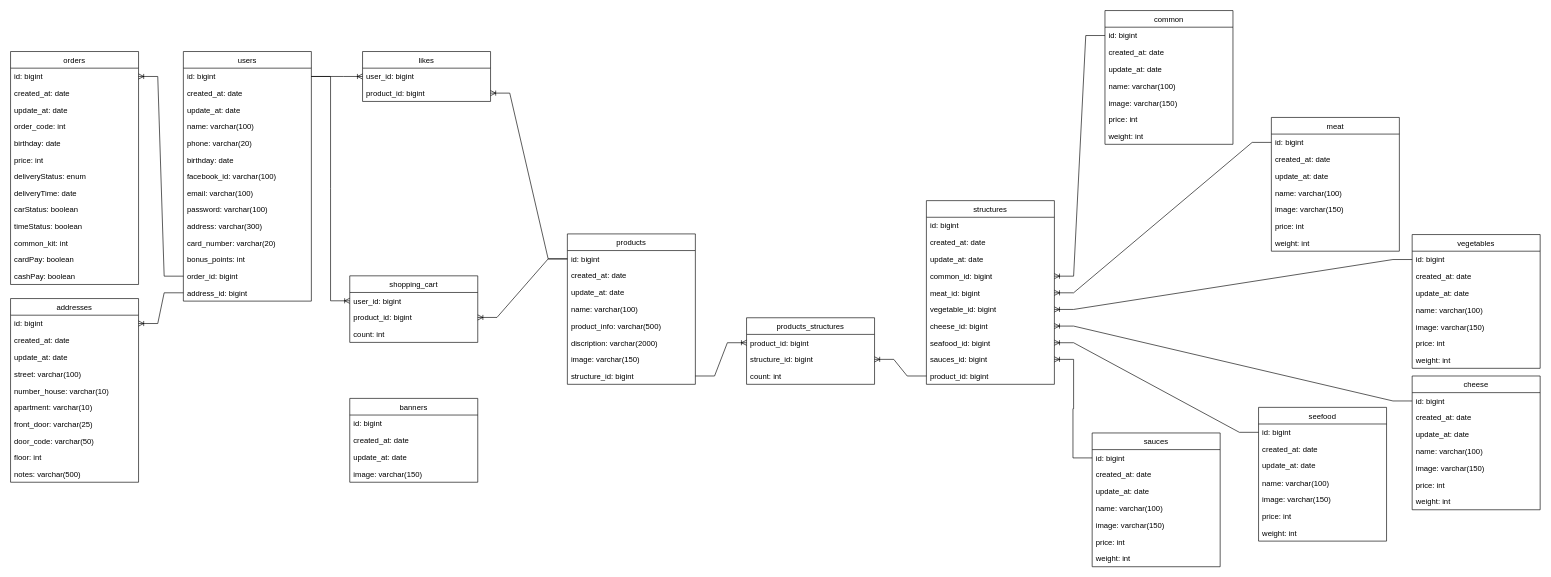
Earlier version of the draw.io diagram src/Vilki_Palki.drawio (NikitaFoshch/UML). Source tidied: cells renumbered, new cells numbered last; positions are measured from the earlier drawing's top-left corner, leaving out a move shared by most shapes. Both pictures are drawn from the tidied source at 64%, with x=0, y=0 at pixel (10, 10).
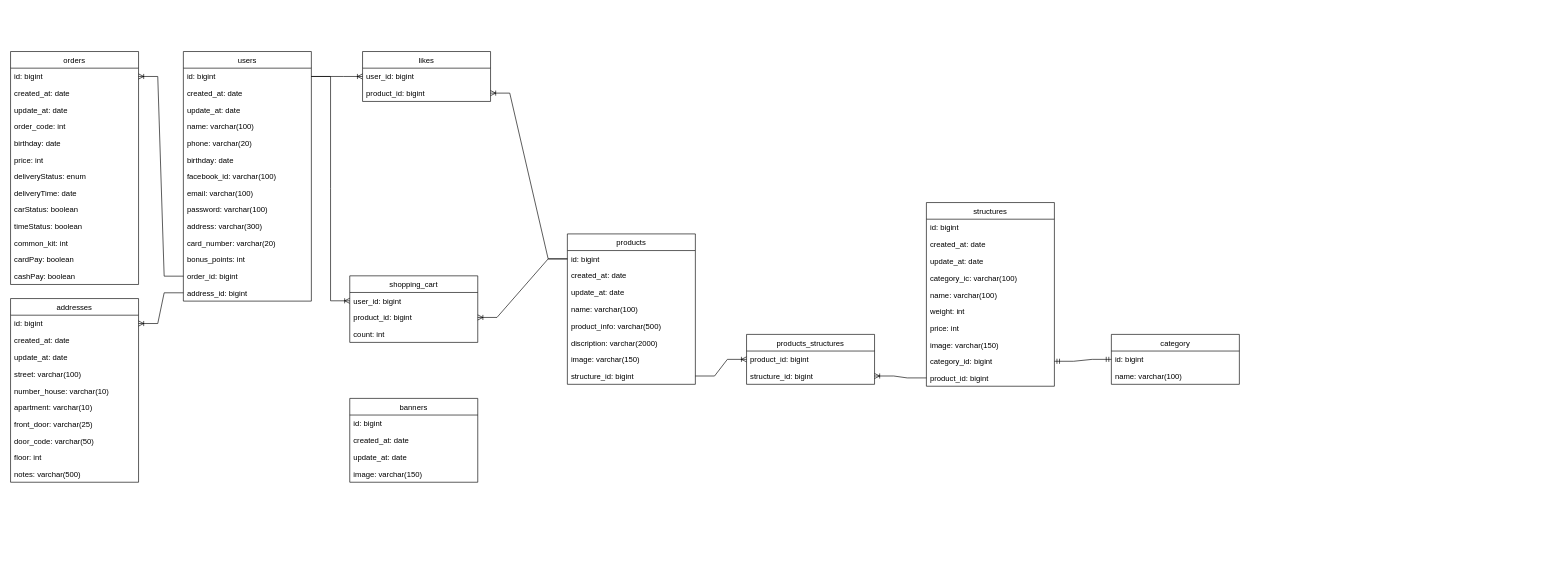
After the change.

What changed in the source:
```diff
@@
     <mxCell id="59" value="structures" style="swimlane;fontStyle=0;horizontal=1;startSize=26;fillColor=none;" parent="1" vertex="1">
-      <mxGeometry x="1431" y="297" width="200" height="287" as="geometry" />
+      <mxGeometry x="1431" y="300" width="200" height="287" as="geometry" />
     </mxCell>
@@
-    <mxCell id="63" value="common_id: bigint" style="text;strokeColor=none;fillColor=none;align=left;verticalAlign=top;spacingLeft=4;spacingRight=4;overflow=hidden;points=[[0,0.5],[1,0.5]];portConstraint=eastwest;" parent="59" vertex="1">
-      <mxGeometry y="105" width="200" height="26" as="geometry" />
-    </mxCell>
-    <mxCell id="64" value="meat_id: bigint" style="text;strokeColor=none;fillColor=none;align=left;verticalAlign=top;spacingLeft=4;spacingRight=4;overflow=hidden;points=[[0,0.5],[1,0.5]];portConstraint=eastwest;" parent="59" vertex="1">
-      <mxGeometry y="131" width="200" height="26" as="geometry" />
-    </mxCell>
-    <mxCell id="65" value="vegetable_id: bigint" style="text;strokeColor=none;fillColor=none;align=left;verticalAlign=top;spacingLeft=4;spacingRight=4;overflow=hidden;points=[[0,0.5],[1,0.5]];portConstraint=eastwest;" parent="59" vertex="1">
-      <mxGeometry y="157" width="200" height="26" as="geometry" />
-    </mxCell>
-    <mxCell id="66" value="cheese_id: bigint" style="text;strokeColor=none;fillColor=none;align=left;verticalAlign=top;spacingLeft=4;spacingRight=4;overflow=hidden;points=[[0,0.5],[1,0.5]];portConstraint=eastwest;" parent="59" vertex="1">
-      <mxGeometry y="183" width="200" height="26" as="geometry" />
-    </mxCell>
-    <mxCell id="67" value="seafood_id: bigint" style="text;strokeColor=none;fillColor=none;align=left;verticalAlign=top;spacingLeft=4;spacingRight=4;overflow=hidden;points=[[0,0.5],[1,0.5]];portConstraint=eastwest;" parent="59" vertex="1">
-      <mxGeometry y="209" width="200" height="26" as="geometry" />
-    </mxCell>
-    <mxCell id="68" value="sauces_id: bigint" style="text;strokeColor=none;fillColor=none;align=left;verticalAlign=top;spacingLeft=4;spacingRight=4;overflow=hidden;points=[[0,0.5],[1,0.5]];portConstraint=eastwest;" parent="59" vertex="1">
-      <mxGeometry y="235" width="200" height="26" as="geometry" />
-    </mxCell>
+    <mxCell id="140" value="category_ic: varchar(100)" style="text;strokeColor=none;fillColor=none;align=left;verticalAlign=top;spacingLeft=4;spacingRight=4;overflow=hidden;" parent="59" vertex="1">
+      <mxGeometry y="105" width="200" height="26" as="geometry" />
+    </mxCell>
+    <mxCell id="80" value="name: varchar(100)" style="text;strokeColor=none;fillColor=none;align=left;verticalAlign=top;spacingLeft=4;spacingRight=4;overflow=hidden;" parent="59" vertex="1">
+      <mxGeometry y="131" width="200" height="26" as="geometry" />
+    </mxCell>
+    <mxCell id="83" value="weight: int" style="text;strokeColor=none;fillColor=none;align=left;verticalAlign=top;spacingLeft=4;spacingRight=4;overflow=hidden;" parent="59" vertex="1">
+      <mxGeometry y="157" width="200" height="26" as="geometry" />
+    </mxCell>
+    <mxCell id="82" value="price: int" style="text;strokeColor=none;fillColor=none;align=left;verticalAlign=top;spacingLeft=4;spacingRight=4;overflow=hidden;" parent="59" vertex="1">
+      <mxGeometry y="183" width="200" height="26" as="geometry" />
+    </mxCell>
+    <mxCell id="81" value="image: varchar(150)" style="text;strokeColor=none;fillColor=none;align=left;verticalAlign=top;spacingLeft=4;spacingRight=4;overflow=hidden;" parent="59" vertex="1">
+      <mxGeometry y="209" width="200" height="26" as="geometry" />
+    </mxCell>
+    <mxCell id="141" value="category_id: bigint" style="text;strokeColor=none;fillColor=none;align=left;verticalAlign=top;spacingLeft=4;spacingRight=4;overflow=hidden;points=[[0,0.5],[1,0.5]];portConstraint=eastwest;" parent="59" vertex="1">
+      <mxGeometry y="235" width="200" height="26" as="geometry" />
+    </mxCell>
@@
     <mxCell id="71" value="products_structures" style="swimlane;fontStyle=0;horizontal=1;startSize=26;fillColor=none;" parent="1" vertex="1">
-      <mxGeometry x="1150" y="480" width="200" height="104" as="geometry" />
+      <mxGeometry x="1150" y="506" width="200" height="78" as="geometry" />
     </mxCell>
@@
-    <mxCell id="74" value="count: int" style="text;strokeColor=none;fillColor=none;align=left;verticalAlign=top;spacingLeft=4;spacingRight=4;overflow=hidden;" parent="71" vertex="1">
-      <mxGeometry y="78" width="200" height="26" as="geometry" />
-    </mxCell>
@@
-    <mxCell id="76" value="common" style="swimlane;fontStyle=0;horizontal=1;startSize=26;fillColor=none;" parent="1" vertex="1">
-      <mxGeometry x="1710" width="200" height="209" as="geometry" />
-    </mxCell>
-    <mxCell id="77" value="id: bigint" style="text;strokeColor=none;fillColor=none;align=left;verticalAlign=top;spacingLeft=4;spacingRight=4;overflow=hidden;points=[[0,0.5],[1,0.5]];portConstraint=eastwest;" parent="76" vertex="1">
-      <mxGeometry y="26" width="200" height="26" as="geometry" />
-    </mxCell>
-    <mxCell id="78" value="created_at: date" style="text;strokeColor=none;fillColor=none;align=left;verticalAlign=top;spacingLeft=4;spacingRight=4;overflow=hidden;" parent="76" vertex="1">
-      <mxGeometry y="52" width="200" height="26" as="geometry" />
-    </mxCell>
-    <mxCell id="79" value="update_at: date" style="text;strokeColor=none;fillColor=none;align=left;verticalAlign=top;spacingLeft=4;spacingRight=4;overflow=hidden;" parent="76" vertex="1">
-      <mxGeometry y="78" width="200" height="27" as="geometry" />
-    </mxCell>
-    <mxCell id="80" value="name: varchar(100)" style="text;strokeColor=none;fillColor=none;align=left;verticalAlign=top;spacingLeft=4;spacingRight=4;overflow=hidden;" parent="76" vertex="1">
-      <mxGeometry y="105" width="200" height="26" as="geometry" />
-    </mxCell>
-    <mxCell id="81" value="image: varchar(150)" style="text;strokeColor=none;fillColor=none;align=left;verticalAlign=top;spacingLeft=4;spacingRight=4;overflow=hidden;" parent="76" vertex="1">
-      <mxGeometry y="131" width="200" height="26" as="geometry" />
-    </mxCell>
-    <mxCell id="82" value="price: int" style="text;strokeColor=none;fillColor=none;align=left;verticalAlign=top;spacingLeft=4;spacingRight=4;overflow=hidden;" parent="76" vertex="1">
-      <mxGeometry y="157" width="200" height="26" as="geometry" />
-    </mxCell>
-    <mxCell id="83" value="weight: int" style="text;strokeColor=none;fillColor=none;align=left;verticalAlign=top;spacingLeft=4;spacingRight=4;overflow=hidden;" parent="76" vertex="1">
-      <mxGeometry y="183" width="200" height="26" as="geometry" />
-    </mxCell>
-    <mxCell id="84" style="edgeStyle=entityRelationEdgeStyle;fontSize=12;html=1;endArrow=ERoneToMany;rounded=0;entryX=1;entryY=0.5;entryDx=0;entryDy=0;exitX=0;exitY=0.5;exitDx=0;exitDy=0;" parent="1" edge="1" source="77" target="63">
-      <mxGeometry relative="1" as="geometry" />
-    </mxCell>
-    <mxCell id="85" value="meat" style="swimlane;fontStyle=0;horizontal=1;startSize=26;fillColor=none;" parent="1" vertex="1">
-      <mxGeometry x="1970" y="167" width="200" height="209" as="geometry" />
-    </mxCell>
-    <mxCell id="86" value="id: bigint" style="text;strokeColor=none;fillColor=none;align=left;verticalAlign=top;spacingLeft=4;spacingRight=4;overflow=hidden;points=[[0,0.5],[1,0.5]];portConstraint=eastwest;" parent="85" vertex="1">
-      <mxGeometry y="26" width="200" height="26" as="geometry" />
-    </mxCell>
-    <mxCell id="87" value="created_at: date" style="text;strokeColor=none;fillColor=none;align=left;verticalAlign=top;spacingLeft=4;spacingRight=4;overflow=hidden;" parent="85" vertex="1">
-      <mxGeometry y="52" width="200" height="26" as="geometry" />
-    </mxCell>
-    <mxCell id="88" value="update_at: date" style="text;strokeColor=none;fillColor=none;align=left;verticalAlign=top;spacingLeft=4;spacingRight=4;overflow=hidden;" parent="85" vertex="1">
-      <mxGeometry y="78" width="200" height="27" as="geometry" />
-    </mxCell>
-    <mxCell id="89" value="name: varchar(100)" style="text;strokeColor=none;fillColor=none;align=left;verticalAlign=top;spacingLeft=4;spacingRight=4;overflow=hidden;" parent="85" vertex="1">
-      <mxGeometry y="105" width="200" height="26" as="geometry" />
-    </mxCell>
-    <mxCell id="90" value="image: varchar(150)" style="text;strokeColor=none;fillColor=none;align=left;verticalAlign=top;spacingLeft=4;spacingRight=4;overflow=hidden;" parent="85" vertex="1">
-      <mxGeometry y="131" width="200" height="26" as="geometry" />
-    </mxCell>
-    <mxCell id="91" value="price: int" style="text;strokeColor=none;fillColor=none;align=left;verticalAlign=top;spacingLeft=4;spacingRight=4;overflow=hidden;" parent="85" vertex="1">
-      <mxGeometry y="157" width="200" height="26" as="geometry" />
-    </mxCell>
-    <mxCell id="92" value="weight: int" style="text;strokeColor=none;fillColor=none;align=left;verticalAlign=top;spacingLeft=4;spacingRight=4;overflow=hidden;" parent="85" vertex="1">
-      <mxGeometry y="183" width="200" height="26" as="geometry" />
-    </mxCell>
-    <mxCell id="93" value="vegetables" style="swimlane;fontStyle=0;horizontal=1;startSize=26;fillColor=none;" parent="1" vertex="1">
-      <mxGeometry x="2190" y="350" width="200" height="209" as="geometry" />
-    </mxCell>
-    <mxCell id="94" value="id: bigint" style="text;strokeColor=none;fillColor=none;align=left;verticalAlign=top;spacingLeft=4;spacingRight=4;overflow=hidden;points=[[0,0.5],[1,0.5]];portConstraint=eastwest;" parent="93" vertex="1">
-      <mxGeometry y="26" width="200" height="26" as="geometry" />
-    </mxCell>
-    <mxCell id="95" value="created_at: date" style="text;strokeColor=none;fillColor=none;align=left;verticalAlign=top;spacingLeft=4;spacingRight=4;overflow=hidden;" parent="93" vertex="1">
-      <mxGeometry y="52" width="200" height="26" as="geometry" />
-    </mxCell>
-    <mxCell id="96" value="update_at: date" style="text;strokeColor=none;fillColor=none;align=left;verticalAlign=top;spacingLeft=4;spacingRight=4;overflow=hidden;" parent="93" vertex="1">
-      <mxGeometry y="78" width="200" height="27" as="geometry" />
-    </mxCell>
-    <mxCell id="97" value="name: varchar(100)" style="text;strokeColor=none;fillColor=none;align=left;verticalAlign=top;spacingLeft=4;spacingRight=4;overflow=hidden;" parent="93" vertex="1">
-      <mxGeometry y="105" width="200" height="26" as="geometry" />
-    </mxCell>
-    <mxCell id="98" value="image: varchar(150)" style="text;strokeColor=none;fillColor=none;align=left;verticalAlign=top;spacingLeft=4;spacingRight=4;overflow=hidden;" parent="93" vertex="1">
-      <mxGeometry y="131" width="200" height="26" as="geometry" />
-    </mxCell>
-    <mxCell id="99" value="price: int" style="text;strokeColor=none;fillColor=none;align=left;verticalAlign=top;spacingLeft=4;spacingRight=4;overflow=hidden;" parent="93" vertex="1">
-      <mxGeometry y="157" width="200" height="26" as="geometry" />
-    </mxCell>
-    <mxCell id="100" value="weight: int" style="text;strokeColor=none;fillColor=none;align=left;verticalAlign=top;spacingLeft=4;spacingRight=4;overflow=hidden;" parent="93" vertex="1">
-      <mxGeometry y="183" width="200" height="26" as="geometry" />
-    </mxCell>
-    <mxCell id="101" style="edgeStyle=entityRelationEdgeStyle;fontSize=12;html=1;endArrow=ERoneToMany;rounded=0;entryX=1;entryY=0.5;entryDx=0;entryDy=0;exitX=0;exitY=0.5;exitDx=0;exitDy=0;" parent="1" edge="1" source="86" target="64">
-      <mxGeometry relative="1" as="geometry" />
-    </mxCell>
-    <mxCell id="102" style="edgeStyle=entityRelationEdgeStyle;fontSize=12;html=1;endArrow=ERoneToMany;rounded=0;entryX=1;entryY=0.5;entryDx=0;entryDy=0;exitX=0;exitY=0.5;exitDx=0;exitDy=0;" parent="1" edge="1" source="94" target="65">
-      <mxGeometry relative="1" as="geometry" />
-    </mxCell>
-    <mxCell id="103" value="cheese" style="swimlane;fontStyle=0;horizontal=1;startSize=26;fillColor=none;" parent="1" vertex="1">
-      <mxGeometry x="2190" y="571" width="200" height="209" as="geometry" />
-    </mxCell>
-    <mxCell id="104" value="id: bigint" style="text;strokeColor=none;fillColor=none;align=left;verticalAlign=top;spacingLeft=4;spacingRight=4;overflow=hidden;points=[[0,0.5],[1,0.5]];portConstraint=eastwest;" parent="103" vertex="1">
-      <mxGeometry y="26" width="200" height="26" as="geometry" />
-    </mxCell>
-    <mxCell id="105" value="created_at: date" style="text;strokeColor=none;fillColor=none;align=left;verticalAlign=top;spacingLeft=4;spacingRight=4;overflow=hidden;" parent="103" vertex="1">
-      <mxGeometry y="52" width="200" height="26" as="geometry" />
-    </mxCell>
-    <mxCell id="106" value="update_at: date" style="text;strokeColor=none;fillColor=none;align=left;verticalAlign=top;spacingLeft=4;spacingRight=4;overflow=hidden;" parent="103" vertex="1">
-      <mxGeometry y="78" width="200" height="27" as="geometry" />
-    </mxCell>
-    <mxCell id="107" value="name: varchar(100)" style="text;strokeColor=none;fillColor=none;align=left;verticalAlign=top;spacingLeft=4;spacingRight=4;overflow=hidden;" parent="103" vertex="1">
-      <mxGeometry y="105" width="200" height="26" as="geometry" />
-    </mxCell>
-    <mxCell id="108" value="image: varchar(150)" style="text;strokeColor=none;fillColor=none;align=left;verticalAlign=top;spacingLeft=4;spacingRight=4;overflow=hidden;" parent="103" vertex="1">
-      <mxGeometry y="131" width="200" height="26" as="geometry" />
-    </mxCell>
-    <mxCell id="109" value="price: int" style="text;strokeColor=none;fillColor=none;align=left;verticalAlign=top;spacingLeft=4;spacingRight=4;overflow=hidden;" parent="103" vertex="1">
-      <mxGeometry y="157" width="200" height="26" as="geometry" />
-    </mxCell>
-    <mxCell id="110" value="weight: int" style="text;strokeColor=none;fillColor=none;align=left;verticalAlign=top;spacingLeft=4;spacingRight=4;overflow=hidden;" parent="103" vertex="1">
-      <mxGeometry y="183" width="200" height="26" as="geometry" />
-    </mxCell>
-    <mxCell id="111" style="edgeStyle=entityRelationEdgeStyle;fontSize=12;html=1;endArrow=ERoneToMany;rounded=0;entryX=1;entryY=0.5;entryDx=0;entryDy=0;exitX=0;exitY=0.5;exitDx=0;exitDy=0;" parent="1" edge="1" source="104" target="66">
-      <mxGeometry relative="1" as="geometry" />
-    </mxCell>
-    <mxCell id="112" value="sauces" style="swimlane;fontStyle=0;horizontal=1;startSize=26;fillColor=none;" parent="1" vertex="1">
-      <mxGeometry x="1690" y="660" width="200" height="209" as="geometry" />
-    </mxCell>
-    <mxCell id="113" value="id: bigint" style="text;strokeColor=none;fillColor=none;align=left;verticalAlign=top;spacingLeft=4;spacingRight=4;overflow=hidden;points=[[0,0.5],[1,0.5]];portConstraint=eastwest;" parent="112" vertex="1">
-      <mxGeometry y="26" width="200" height="26" as="geometry" />
-    </mxCell>
-    <mxCell id="114" value="created_at: date" style="text;strokeColor=none;fillColor=none;align=left;verticalAlign=top;spacingLeft=4;spacingRight=4;overflow=hidden;" parent="112" vertex="1">
-      <mxGeometry y="52" width="200" height="26" as="geometry" />
-    </mxCell>
-    <mxCell id="115" value="update_at: date" style="text;strokeColor=none;fillColor=none;align=left;verticalAlign=top;spacingLeft=4;spacingRight=4;overflow=hidden;" parent="112" vertex="1">
-      <mxGeometry y="78" width="200" height="27" as="geometry" />
-    </mxCell>
-    <mxCell id="116" value="name: varchar(100)" style="text;strokeColor=none;fillColor=none;align=left;verticalAlign=top;spacingLeft=4;spacingRight=4;overflow=hidden;" parent="112" vertex="1">
-      <mxGeometry y="105" width="200" height="26" as="geometry" />
-    </mxCell>
-    <mxCell id="117" value="image: varchar(150)" style="text;strokeColor=none;fillColor=none;align=left;verticalAlign=top;spacingLeft=4;spacingRight=4;overflow=hidden;" parent="112" vertex="1">
-      <mxGeometry y="131" width="200" height="26" as="geometry" />
-    </mxCell>
-    <mxCell id="118" value="price: int" style="text;strokeColor=none;fillColor=none;align=left;verticalAlign=top;spacingLeft=4;spacingRight=4;overflow=hidden;" parent="112" vertex="1">
-      <mxGeometry y="157" width="200" height="26" as="geometry" />
-    </mxCell>
-    <mxCell id="119" value="weight: int" style="text;strokeColor=none;fillColor=none;align=left;verticalAlign=top;spacingLeft=4;spacingRight=4;overflow=hidden;" parent="112" vertex="1">
-      <mxGeometry y="183" width="200" height="26" as="geometry" />
-    </mxCell>
-    <mxCell id="120" value="seefood" style="swimlane;fontStyle=0;horizontal=1;startSize=26;fillColor=none;" parent="1" vertex="1">
-      <mxGeometry x="1950" y="620" width="200" height="209" as="geometry" />
-    </mxCell>
-    <mxCell id="121" value="id: bigint" style="text;strokeColor=none;fillColor=none;align=left;verticalAlign=top;spacingLeft=4;spacingRight=4;overflow=hidden;points=[[0,0.5],[1,0.5]];portConstraint=eastwest;" parent="120" vertex="1">
-      <mxGeometry y="26" width="200" height="26" as="geometry" />
-    </mxCell>
-    <mxCell id="122" value="created_at: date" style="text;strokeColor=none;fillColor=none;align=left;verticalAlign=top;spacingLeft=4;spacingRight=4;overflow=hidden;" parent="120" vertex="1">
-      <mxGeometry y="52" width="200" height="26" as="geometry" />
-    </mxCell>
-    <mxCell id="123" value="update_at: date" style="text;strokeColor=none;fillColor=none;align=left;verticalAlign=top;spacingLeft=4;spacingRight=4;overflow=hidden;" parent="120" vertex="1">
-      <mxGeometry y="78" width="200" height="27" as="geometry" />
-    </mxCell>
-    <mxCell id="124" value="name: varchar(100)" style="text;strokeColor=none;fillColor=none;align=left;verticalAlign=top;spacingLeft=4;spacingRight=4;overflow=hidden;" parent="120" vertex="1">
-      <mxGeometry y="105" width="200" height="26" as="geometry" />
-    </mxCell>
-    <mxCell id="125" value="image: varchar(150)" style="text;strokeColor=none;fillColor=none;align=left;verticalAlign=top;spacingLeft=4;spacingRight=4;overflow=hidden;" parent="120" vertex="1">
-      <mxGeometry y="131" width="200" height="26" as="geometry" />
-    </mxCell>
-    <mxCell id="126" value="price: int" style="text;strokeColor=none;fillColor=none;align=left;verticalAlign=top;spacingLeft=4;spacingRight=4;overflow=hidden;" parent="120" vertex="1">
-      <mxGeometry y="157" width="200" height="26" as="geometry" />
-    </mxCell>
-    <mxCell id="127" value="weight: int" style="text;strokeColor=none;fillColor=none;align=left;verticalAlign=top;spacingLeft=4;spacingRight=4;overflow=hidden;" parent="120" vertex="1">
-      <mxGeometry y="183" width="200" height="26" as="geometry" />
-    </mxCell>
-    <mxCell id="128" style="edgeStyle=entityRelationEdgeStyle;fontSize=12;html=1;endArrow=ERoneToMany;rounded=0;entryX=1;entryY=0.5;entryDx=0;entryDy=0;exitX=0;exitY=0.5;exitDx=0;exitDy=0;" parent="1" edge="1" source="121" target="67">
-      <mxGeometry relative="1" as="geometry" />
-    </mxCell>
-    <mxCell id="129" style="edgeStyle=entityRelationEdgeStyle;fontSize=12;html=1;endArrow=ERoneToMany;rounded=0;entryX=1;entryY=0.5;entryDx=0;entryDy=0;exitX=0;exitY=0.5;exitDx=0;exitDy=0;" parent="1" edge="1" source="113" target="68">
-      <mxGeometry relative="1" as="geometry" />
-    </mxCell>
@@
+    <mxCell id="142" value="category" style="swimlane;fontStyle=0;horizontal=1;startSize=26;fillColor=none;" parent="1" vertex="1">
+      <mxGeometry x="1720" y="506" width="200" height="78" as="geometry" />
+    </mxCell>
+    <mxCell id="143" value="id: bigint" style="text;strokeColor=none;fillColor=none;align=left;verticalAlign=top;spacingLeft=4;spacingRight=4;overflow=hidden;points=[[0,0.5],[1,0.5]];portConstraint=eastwest;" parent="142" vertex="1">
+      <mxGeometry y="26" width="200" height="26" as="geometry" />
+    </mxCell>
+    <mxCell id="144" value="name: varchar(100)" style="text;strokeColor=none;fillColor=none;align=left;verticalAlign=top;spacingLeft=4;spacingRight=4;overflow=hidden;" parent="142" vertex="1">
+      <mxGeometry y="52" width="200" height="26" as="geometry" />
+    </mxCell>
+    <mxCell id="145" style="edgeStyle=entityRelationEdgeStyle;fontSize=12;html=1;endArrow=ERmandOne;startArrow=ERmandOne;rounded=0;exitX=1;exitY=0.5;exitDx=0;exitDy=0;entryX=0;entryY=0.5;entryDx=0;entryDy=0;" parent="1" edge="1" source="141" target="143">
+      <mxGeometry relative="1" as="geometry" />
+    </mxCell>
```
